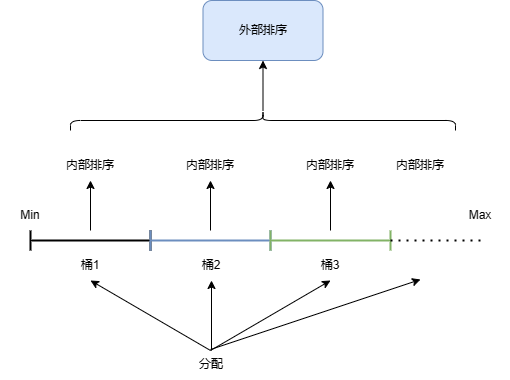
Before: 基础理论学习/数据结构/资源/桶排序.drawio.png, a diagram exported from draw.io (AliceAuto/AliceAuto.github.io). Source tidied: cells renumbered, new cells last; positions are measured from the earlier drawing's top-left corner, leaving out a move shared by most shapes.
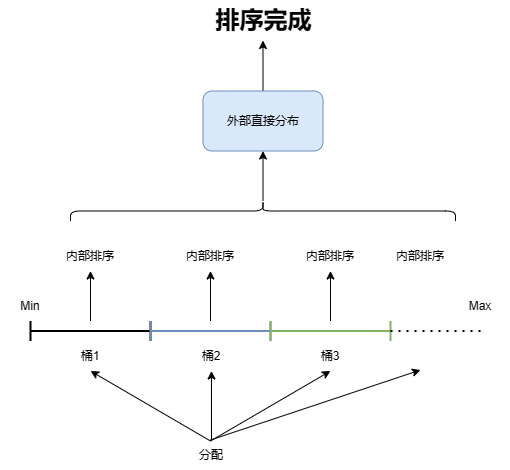
The same diagram one commit later.

Commit message:
更新桶排序.drawio.png

What changed in the source:
```diff
@@ -82,8 +82,14 @@
     <mxCell id="24" style="shape=curlyBracket;whiteSpace=wrap;html=1;rounded=1;flipH=1;labelPosition=right;verticalLabelPosition=middle;align=left;verticalAlign=middle;rotation=-90;" parent="1" vertex="1">
       <mxGeometry x="252.5" y="-0.5" width="20" height="385" as="geometry" />
     </mxCell>
+    <mxCell id="26" style="edgeStyle=orthogonalEdgeStyle;rounded=0;jettySize=auto;html=1;" parent="1" edge="1" source="25" target="27">
+      <mxGeometry relative="1" as="geometry" />
+    </mxCell>
-    <mxCell id="25" value="外部排序" style="whiteSpace=wrap;html=1;align=center;rounded=1;fillColor=#dae8fc;strokeColor=#6c8ebf;" parent="1" vertex="1">
+    <mxCell id="25" value="外部直接分布" style="whiteSpace=wrap;html=1;align=center;rounded=1;fillColor=#dae8fc;strokeColor=#6c8ebf;" parent="1" vertex="1">
       <mxGeometry x="202.5" y="72" width="120" height="60" as="geometry" />
     </mxCell>
+    <mxCell id="27" value="排序完成" style="text;strokeColor=none;fillColor=none;html=1;fontSize=24;fontStyle=1;verticalAlign=middle;align=center;" parent="1" vertex="1">
+      <mxGeometry x="212.5" y="-18.5" width="100" height="40" as="geometry" />
+    </mxCell>
   </root>
 </mxGraphModel>
```
